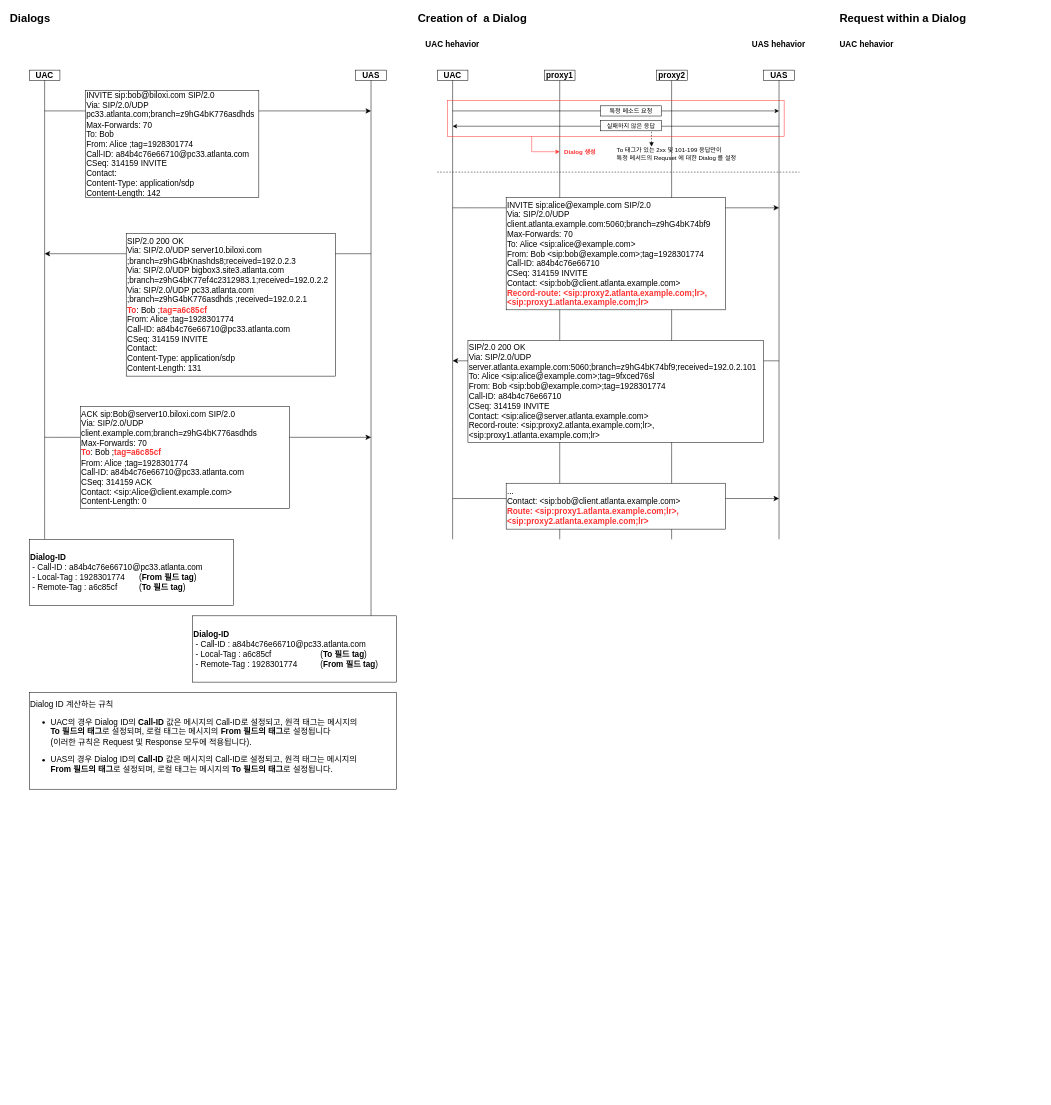
JaeHyeon774/NEWTIL keeps this draw.io diagram as 12장 Dialog.drawio. Above is the earlier version. Source tidied: cells renumbered, new cells numbered last; positions are measured from the earlier drawing's top-left corner, leaving out a move shared by most shapes. Both pictures are drawn from the tidied source at 51%, with x=0, y=0 at pixel (9, 9).
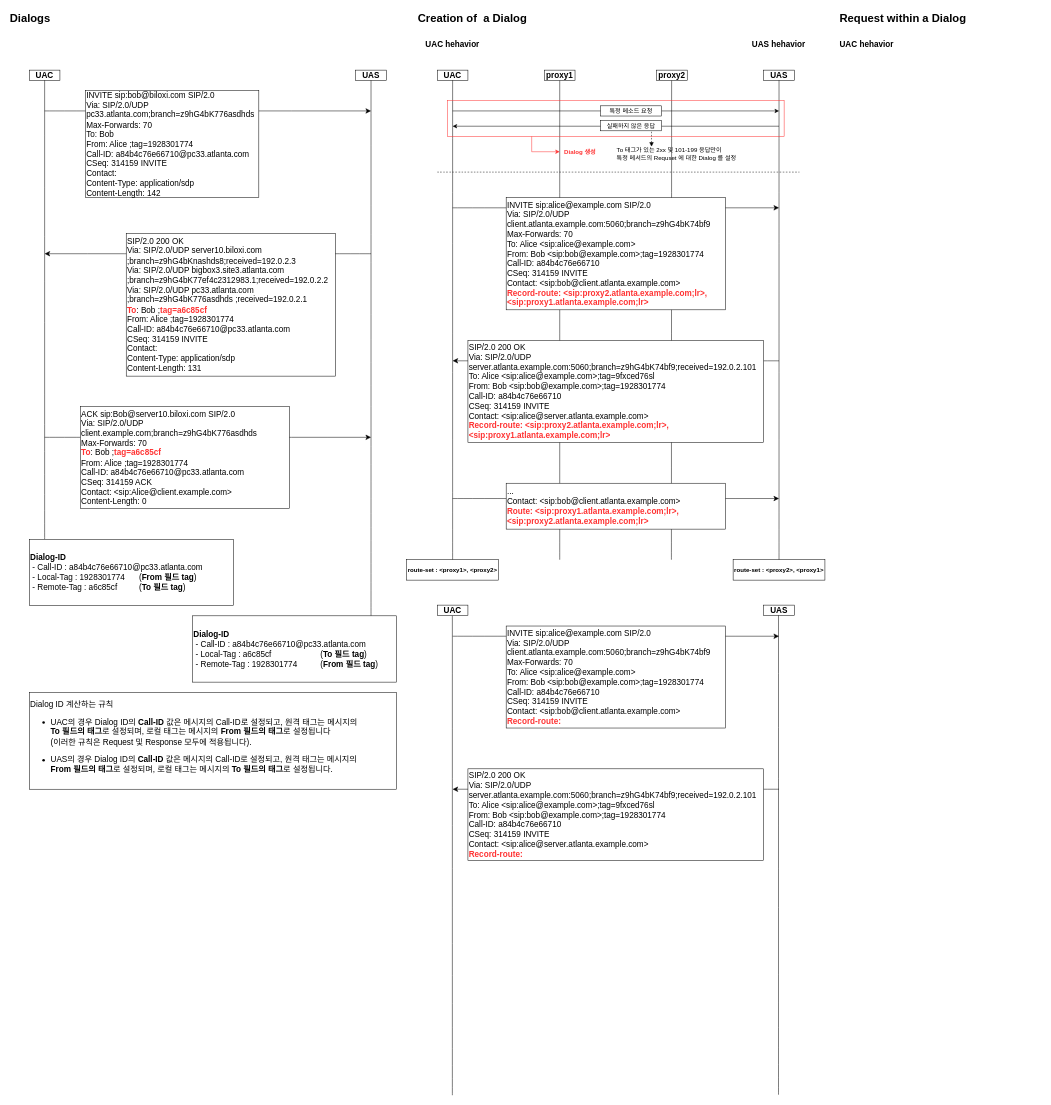
The same page after the edit.

Commit message:
12장 Dialog.drawio 업데이트

The change refers to these unchanged cells:
```xml
<mxCell id="25" value="&lt;b&gt;UAC&lt;/b&gt;" style="rounded=0;whiteSpace=wrap;html=1;fontSize=16;" parent="1" vertex="1">
  <mxGeometry x="840" y="120" width="60" height="20" as="geometry" />
</mxCell>
```

Diff of the diagram source:
```diff
@@
     <mxCell id="3" style="endArrow=none;html=1;rounded=0;fontSize=12;startSize=8;endSize=8;curved=1;entryX=0.5;entryY=1;entryDx=0;entryDy=0;" parent="1" edge="1">
       <mxGeometry relative="1" as="geometry">
-        <mxPoint x="1299.4" y="1040" as="sourcePoint" />
+        <mxPoint x="1299" y="1080" as="sourcePoint" />
         <mxPoint x="1299.4" y="140" as="targetPoint" />
       </mxGeometry>
     </mxCell>
     <mxCell id="4" style="endArrow=none;html=1;rounded=0;fontSize=12;startSize=8;endSize=8;curved=1;entryX=0.5;entryY=1;entryDx=0;entryDy=0;" parent="1" edge="1">
       <mxGeometry relative="1" as="geometry">
-        <mxPoint x="1080" y="1040" as="sourcePoint" />
+        <mxPoint x="1080" y="1080" as="sourcePoint" />
         <mxPoint x="1080" y="140" as="targetPoint" />
       </mxGeometry>
     </mxCell>
@@
     <mxCell id="27" style="endArrow=none;html=1;rounded=0;fontSize=12;startSize=8;endSize=8;curved=1;entryX=0.5;entryY=1;entryDx=0;entryDy=0;" parent="1" edge="1" target="25">
       <mxGeometry relative="1" as="geometry">
-        <mxPoint x="870" y="1040" as="sourcePoint" />
+        <mxPoint x="870" y="1080" as="sourcePoint" />
       </mxGeometry>
     </mxCell>
     <mxCell id="28" style="endArrow=none;html=1;rounded=0;fontSize=12;startSize=8;endSize=8;curved=1;entryX=0.5;entryY=1;entryDx=0;entryDy=0;" parent="1" edge="1">
       <mxGeometry relative="1" as="geometry">
-        <mxPoint x="1510" y="1040" as="sourcePoint" />
+        <mxPoint x="1510" y="1080" as="sourcePoint" />
         <mxPoint x="1510" y="140" as="targetPoint" />
       </mxGeometry>
     </mxCell>
@@
-    <mxCell id="40" value="SIP/2.0 200 OK&lt;br&gt;Via: SIP/2.0/UDP server.atlanta.example.com:5060;branch=z9hG4bK74bf9;received=192.0.2.101&lt;br&gt;To: Alice &amp;lt;sip:alice@example.com&amp;gt;;tag=9fxced76sl&lt;br&gt;From: Bob &amp;lt;sip:bob@example.com&amp;gt;;tag=1928301774&lt;br&gt;Call-ID: a84b4c76e66710&lt;br&gt;CSeq: 314159 INVITE&lt;br&gt;Contact: &amp;lt;sip:alice@server.atlanta.example.com&amp;gt;&lt;br&gt;Record-route: &amp;lt;sip:proxy2.atlanta.example.com;lr&amp;gt;, &amp;lt;sip:proxy1.atlanta.example.com;lr&amp;gt;" style="rounded=0;whiteSpace=wrap;html=1;fontSize=16;align=left;" parent="1" vertex="1">
+    <mxCell id="40" value="SIP/2.0 200 OK&lt;br&gt;Via: SIP/2.0/UDP server.atlanta.example.com:5060;branch=z9hG4bK74bf9;received=192.0.2.101&lt;br&gt;To: Alice &amp;lt;sip:alice@example.com&amp;gt;;tag=9fxced76sl&lt;br&gt;From: Bob &amp;lt;sip:bob@example.com&amp;gt;;tag=1928301774&lt;br&gt;Call-ID: a84b4c76e66710&lt;br&gt;CSeq: 314159 INVITE&lt;br&gt;Contact: &amp;lt;sip:alice@server.atlanta.example.com&amp;gt;&lt;br&gt;&lt;b&gt;&lt;font color=&quot;#ff3333&quot;&gt;Record-route: &amp;lt;sip:proxy2.atlanta.example.com;lr&amp;gt;, &amp;lt;sip:proxy1.atlanta.example.com;lr&amp;gt;&lt;/font&gt;&lt;/b&gt;" style="rounded=0;whiteSpace=wrap;html=1;fontSize=16;align=left;" parent="1" vertex="1">
       <mxGeometry x="900" y="650" width="580" height="200" as="geometry" />
     </mxCell>
@@
+    <mxCell id="45" value="&lt;b&gt;route-set : &amp;lt;proxy2&amp;gt;, &amp;lt;proxy1&amp;gt;&lt;/b&gt;" style="rounded=0;whiteSpace=wrap;html=1;" parent="1" vertex="1">
+      <mxGeometry x="1420" y="1080" width="180" height="40" as="geometry" />
+    </mxCell>
+    <mxCell id="46" value="&lt;b&gt;route-set :&amp;nbsp;&amp;lt;proxy1&amp;gt;,&amp;nbsp;&amp;lt;proxy2&amp;gt;&lt;/b&gt;" style="rounded=0;whiteSpace=wrap;html=1;" parent="1" vertex="1">
+      <mxGeometry x="780" y="1080" width="180" height="40" as="geometry" />
+    </mxCell>
+    <mxCell id="47" value="&lt;b&gt;UAC&lt;/b&gt;" style="rounded=0;whiteSpace=wrap;html=1;fontSize=16;" parent="1" vertex="1">
+      <mxGeometry x="840" y="1169" width="60" height="20" as="geometry" />
+    </mxCell>
+    <mxCell id="48" value="&lt;b&gt;UAS&lt;/b&gt;" style="rounded=0;whiteSpace=wrap;html=1;fontSize=16;" parent="1" vertex="1">
+      <mxGeometry x="1480" y="1169" width="60" height="20" as="geometry" />
+    </mxCell>
+    <mxCell id="49" style="endArrow=none;html=1;rounded=0;fontSize=12;startSize=8;endSize=8;curved=1;entryX=0.5;entryY=1;entryDx=0;entryDy=0;" parent="1" edge="1">
+      <mxGeometry relative="1" as="geometry">
+        <mxPoint x="869.5" y="2130" as="sourcePoint" />
+        <mxPoint x="869.5" y="1190" as="targetPoint" />
+      </mxGeometry>
+    </mxCell>
+    <mxCell id="50" style="endArrow=none;html=1;rounded=0;fontSize=12;startSize=8;endSize=8;curved=1;entryX=0.5;entryY=1;entryDx=0;entryDy=0;" parent="1" edge="1">
+      <mxGeometry relative="1" as="geometry">
+        <mxPoint x="1509" y="2129" as="sourcePoint" />
+        <mxPoint x="1509" y="1189" as="targetPoint" />
+      </mxGeometry>
+    </mxCell>
+    <mxCell id="51" style="endArrow=classic;html=1;rounded=0;fontSize=12;startSize=8;endSize=8;curved=1;" parent="1" edge="1">
+      <mxGeometry relative="1" as="geometry">
+        <mxPoint x="1510" y="1530" as="sourcePoint" />
+        <mxPoint x="870" y="1530" as="targetPoint" />
+      </mxGeometry>
+    </mxCell>
+    <mxCell id="52" style="endArrow=classic;html=1;rounded=0;fontSize=12;startSize=8;endSize=8;curved=1;" parent="1" edge="1">
+      <mxGeometry relative="1" as="geometry">
+        <mxPoint x="870" y="1230" as="sourcePoint" />
+        <mxPoint x="1510" y="1230" as="targetPoint" />
+      </mxGeometry>
+    </mxCell>
+    <mxCell id="53" value="INVITE sip:alice@example.com SIP/2.0&lt;br&gt;Via: SIP/2.0/UDP client.atlanta.example.com:5060;branch=z9hG4bK74bf9&lt;br&gt;Max-Forwards: 70&lt;br&gt;To: Alice &amp;lt;sip:alice@example.com&amp;gt;&lt;br&gt;From: Bob &amp;lt;sip:bob@example.com&amp;gt;;tag=1928301774&lt;br&gt;Call-ID: a84b4c76e66710&lt;br&gt;CSeq: 314159 INVITE&lt;br&gt;Contact: &amp;lt;sip:bob@client.atlanta.example.com&amp;gt;&lt;br&gt;&lt;b&gt;&lt;font color=&quot;#ff3333&quot;&gt;Record-route:&amp;nbsp;&lt;/font&gt;&lt;/b&gt;" style="rounded=0;whiteSpace=wrap;html=1;fontSize=16;align=left;" parent="1" vertex="1">
+      <mxGeometry x="975" y="1210" width="430" height="200" as="geometry" />
+    </mxCell>
+    <mxCell id="54" value="SIP/2.0 200 OK&lt;br&gt;Via: SIP/2.0/UDP server.atlanta.example.com:5060;branch=z9hG4bK74bf9;received=192.0.2.101&lt;br&gt;To: Alice &amp;lt;sip:alice@example.com&amp;gt;;tag=9fxced76sl&lt;br&gt;From: Bob &amp;lt;sip:bob@example.com&amp;gt;;tag=1928301774&lt;br&gt;Call-ID: a84b4c76e66710&lt;br&gt;CSeq: 314159 INVITE&lt;br&gt;Contact: &amp;lt;sip:alice@server.atlanta.example.com&amp;gt;&lt;br&gt;&lt;b&gt;&lt;font color=&quot;#ff3333&quot;&gt;Record-route:&amp;nbsp;&lt;/font&gt;&lt;/b&gt;" style="rounded=0;whiteSpace=wrap;html=1;fontSize=16;align=left;" parent="1" vertex="1">
+      <mxGeometry x="900" y="1490" width="580" height="180" as="geometry" />
+    </mxCell>
```
